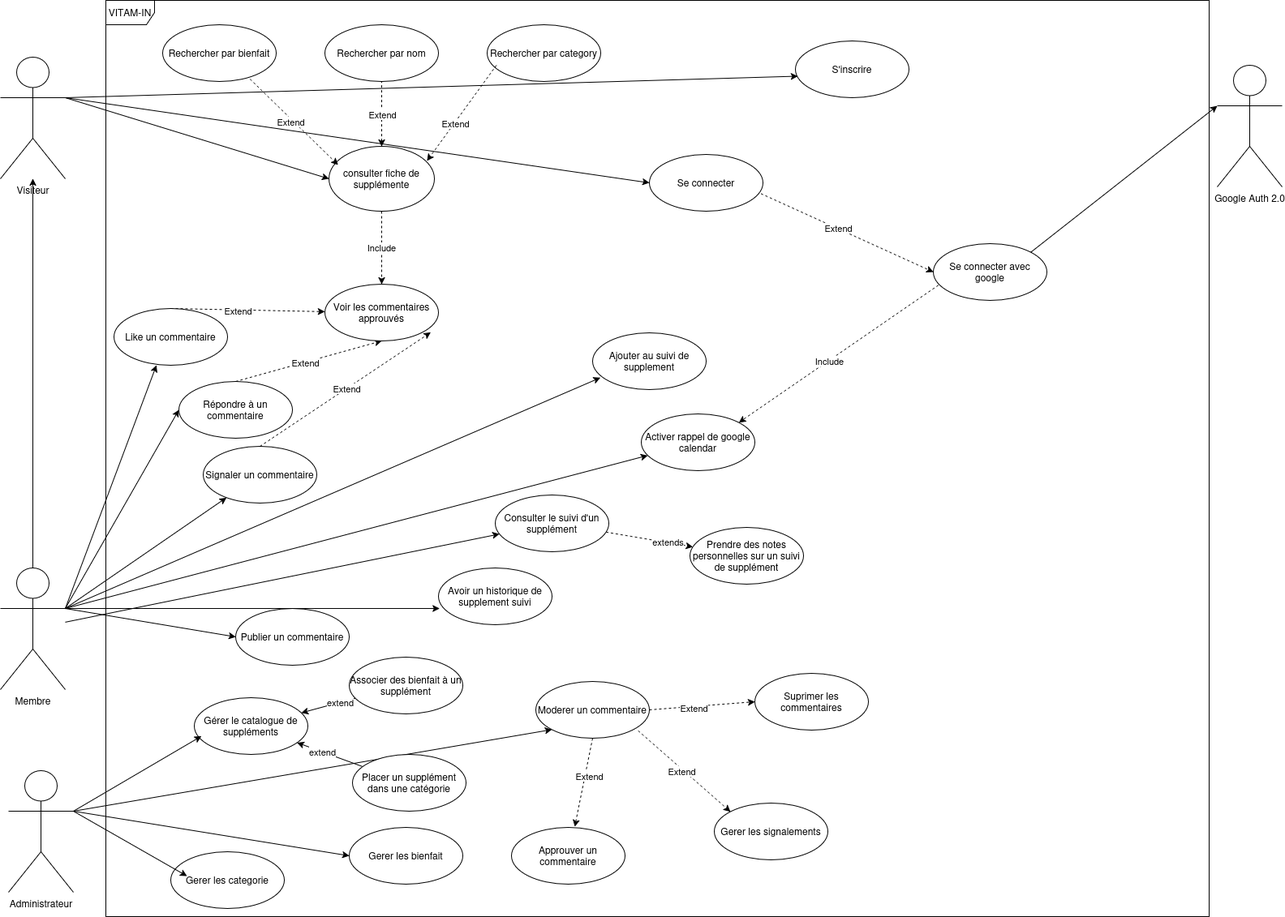
ArchilaRojas-Javier/project-final-cdpi keeps this draw.io diagram as dossier-projet/images/useCase.png. Above is the earlier version. Source tidied: cells renumbered, new cells last; positions are measured from the earlier drawing's top-left corner, leaving out a move shared by most shapes. Source of this version:
```xml
<mxGraphModel>
  <root>
    <mxCell id="0" />
    <mxCell id="1" parent="0" />
    <mxCell id="2" value="VITAM-IN" style="shape=umlFrame;whiteSpace=wrap;html=1;" parent="1" vertex="1">
      <mxGeometry x="130" width="1360" height="1130" as="geometry" />
    </mxCell>
    <mxCell id="3" style="edgeStyle=orthogonalEdgeStyle;rounded=0;jettySize=auto;html=1;" parent="1" edge="1" source="12" target="6">
      <mxGeometry relative="1" as="geometry" />
    </mxCell>
    <mxCell id="4" style="rounded=0;jettySize=auto;html=1;exitX=1;exitY=0.3333333333333333;exitDx=0;exitDy=0;exitPerimeter=0;entryX=0;entryY=0.5;entryDx=0;entryDy=0;" parent="1" edge="1" source="6" target="46">
      <mxGeometry relative="1" as="geometry" />
    </mxCell>
    <mxCell id="5" style="edgeStyle=none;rounded=0;jettySize=auto;html=1;exitX=1;exitY=0.3333333333333333;exitDx=0;exitDy=0;exitPerimeter=0;entryX=0;entryY=0.5;entryDx=0;entryDy=0;" parent="1" edge="1" source="6" target="54">
      <mxGeometry relative="1" as="geometry" />
    </mxCell>
    <mxCell id="6" value="Visiteur" style="shape=umlActor;verticalLabelPosition=bottom;verticalAlign=top;html=1;outlineConnect=0;" parent="1" vertex="1">
      <mxGeometry y="70" width="80" height="150" as="geometry" />
    </mxCell>
    <mxCell id="7" style="edgeStyle=none;rounded=0;jettySize=auto;html=1;exitX=1;exitY=0.3333333333333333;exitDx=0;exitDy=0;exitPerimeter=0;entryX=0;entryY=0.5;entryDx=0;entryDy=0;" parent="1" edge="1" source="12" target="39">
      <mxGeometry relative="1" as="geometry" />
    </mxCell>
    <mxCell id="8" style="edgeStyle=none;rounded=0;jettySize=auto;html=1;exitX=1;exitY=0.3333333333333333;exitDx=0;exitDy=0;exitPerimeter=0;" parent="1" edge="1" source="12" target="35">
      <mxGeometry relative="1" as="geometry" />
    </mxCell>
    <mxCell id="9" style="edgeStyle=none;rounded=0;jettySize=auto;html=1;exitX=1;exitY=0.3333333333333333;exitDx=0;exitDy=0;exitPerimeter=0;entryX=0;entryY=0.5;entryDx=0;entryDy=0;" parent="1" edge="1" source="12" target="34">
      <mxGeometry relative="1" as="geometry" />
    </mxCell>
    <mxCell id="10" style="edgeStyle=none;rounded=0;jettySize=auto;html=1;exitX=1;exitY=0.3333333333333333;exitDx=0;exitDy=0;exitPerimeter=0;" parent="1" edge="1" source="12" target="22">
      <mxGeometry relative="1" as="geometry" />
    </mxCell>
    <mxCell id="11" style="edgeStyle=none;rounded=0;jettySize=auto;html=1;" parent="1" edge="1" source="12" target="72">
      <mxGeometry relative="1" as="geometry" />
    </mxCell>
    <mxCell id="12" value="Membre" style="shape=umlActor;verticalLabelPosition=bottom;verticalAlign=top;html=1;outlineConnect=0;" parent="1" vertex="1">
      <mxGeometry y="700" width="80" height="150" as="geometry" />
    </mxCell>
    <mxCell id="13" style="edgeStyle=none;rounded=0;jettySize=auto;html=1;exitX=1;exitY=0.3333333333333333;exitDx=0;exitDy=0;exitPerimeter=0;entryX=0;entryY=0.5;entryDx=0;entryDy=0;" parent="1" edge="1" source="15" target="31">
      <mxGeometry relative="1" as="geometry" />
    </mxCell>
    <mxCell id="14" style="edgeStyle=none;rounded=0;jettySize=auto;html=1;exitX=1;exitY=0.3333333333333333;exitDx=0;exitDy=0;exitPerimeter=0;entryX=0;entryY=1;entryDx=0;entryDy=0;" parent="1" edge="1" source="15" target="30">
      <mxGeometry relative="1" as="geometry" />
    </mxCell>
    <mxCell id="15" value="Administrateur" style="shape=umlActor;verticalLabelPosition=bottom;verticalAlign=top;html=1;outlineConnect=0;" parent="1" vertex="1">
      <mxGeometry x="10" y="950" width="80" height="150" as="geometry" />
    </mxCell>
    <mxCell id="16" style="edgeStyle=none;rounded=0;jettySize=auto;html=1;exitX=0.045;exitY=0.732;exitDx=0;exitDy=0;exitPerimeter=0;entryX=1;entryY=0;entryDx=0;entryDy=0;dashed=1;" parent="1" edge="1" source="32" target="22">
      <mxGeometry relative="1" as="geometry" />
    </mxCell>
    <mxCell id="17" value="Include" style="edgeLabel;html=1;align=center;verticalAlign=middle;" parent="16" vertex="1">
      <mxGeometry x="0.1" relative="1" as="geometry" />
    </mxCell>
    <mxCell id="18" value="Google Auth 2.0" style="shape=umlActor;verticalLabelPosition=bottom;verticalAlign=top;html=1;outlineConnect=0;" parent="1" vertex="1">
      <mxGeometry x="1500" y="80" width="80" height="150" as="geometry" />
    </mxCell>
    <mxCell id="19" value="Suprimer les commentaires" style="ellipse;whiteSpace=wrap;html=1;" parent="1" vertex="1">
      <mxGeometry x="930" y="830" width="140" height="70" as="geometry" />
    </mxCell>
    <mxCell id="20" value="Gerer les signalements" style="ellipse;whiteSpace=wrap;html=1;" parent="1" vertex="1">
      <mxGeometry x="880" y="990" width="140" height="70" as="geometry" />
    </mxCell>
    <mxCell id="21" value="Avoir un historique de supplement suivi" style="ellipse;whiteSpace=wrap;html=1;" parent="1" vertex="1">
      <mxGeometry x="540" y="700" width="140" height="70" as="geometry" />
    </mxCell>
    <mxCell id="22" value="Activer rappel de google calendar" style="ellipse;whiteSpace=wrap;html=1;" parent="1" vertex="1">
      <mxGeometry x="790" y="510" width="140" height="70" as="geometry" />
    </mxCell>
    <mxCell id="23" value="Prendre des notes personnelles sur un suivi de supplément" style="ellipse;whiteSpace=wrap;html=1;" parent="1" vertex="1">
      <mxGeometry x="850" y="650" width="140" height="70" as="geometry" />
    </mxCell>
    <mxCell id="24" value="Gerer les categorie" style="ellipse;whiteSpace=wrap;html=1;" parent="1" vertex="1">
      <mxGeometry x="210" y="1050" width="140" height="70" as="geometry" />
    </mxCell>
    <mxCell id="25" value="Approuver un commentaire" style="ellipse;whiteSpace=wrap;html=1;" parent="1" vertex="1">
      <mxGeometry x="630" y="1020" width="140" height="70" as="geometry" />
    </mxCell>
    <mxCell id="26" style="edgeStyle=none;rounded=0;jettySize=auto;html=1;exitX=0.901;exitY=0.869;exitDx=0;exitDy=0;entryX=0;entryY=0;entryDx=0;entryDy=0;exitPerimeter=0;dashed=1;" parent="1" edge="1" source="30" target="20">
      <mxGeometry relative="1" as="geometry" />
    </mxCell>
    <mxCell id="27" value="Extend" style="edgeLabel;html=1;align=center;verticalAlign=middle;" parent="26" vertex="1">
      <mxGeometry x="-0.04" y="-2" relative="1" as="geometry" />
    </mxCell>
    <mxCell id="28" style="edgeStyle=none;rounded=0;jettySize=auto;html=1;exitX=1;exitY=0.5;exitDx=0;exitDy=0;entryX=0;entryY=0.5;entryDx=0;entryDy=0;dashed=1;" parent="1" edge="1" source="30" target="19">
      <mxGeometry relative="1" as="geometry" />
    </mxCell>
    <mxCell id="29" value="Extend" style="edgeLabel;html=1;align=center;verticalAlign=middle;" parent="28" vertex="1">
      <mxGeometry x="-0.17" y="-1" relative="1" as="geometry" />
    </mxCell>
    <mxCell id="30" value="Moderer un commentaire" style="ellipse;whiteSpace=wrap;html=1;" parent="1" vertex="1">
      <mxGeometry x="660" y="840" width="140" height="70" as="geometry" />
    </mxCell>
    <mxCell id="31" value="Gerer les bienfait" style="ellipse;whiteSpace=wrap;html=1;" parent="1" vertex="1">
      <mxGeometry x="430" y="1020" width="140" height="70" as="geometry" />
    </mxCell>
    <mxCell id="32" value="Se connecter avec google" style="ellipse;whiteSpace=wrap;html=1;" parent="1" vertex="1">
      <mxGeometry x="1150" y="300" width="140" height="70" as="geometry" />
    </mxCell>
    <mxCell id="33" value="Rechercher par bienfait" style="ellipse;whiteSpace=wrap;html=1;" parent="1" vertex="1">
      <mxGeometry x="200" y="30" width="140" height="70" as="geometry" />
    </mxCell>
    <mxCell id="34" value="Publier un commentaire" style="ellipse;whiteSpace=wrap;html=1;" parent="1" vertex="1">
      <mxGeometry x="290" y="750" width="140" height="70" as="geometry" />
    </mxCell>
    <mxCell id="35" value="Signaler un commentaire" style="ellipse;whiteSpace=wrap;html=1;" parent="1" vertex="1">
      <mxGeometry x="250" y="550" width="140" height="70" as="geometry" />
    </mxCell>
    <mxCell id="36" value="&lt;div&gt;Gérer le catalogue de suppléments&lt;/div&gt;" style="ellipse;whiteSpace=wrap;html=1;" parent="1" vertex="1">
      <mxGeometry x="239" y="860" width="140" height="70" as="geometry" />
    </mxCell>
    <mxCell id="37" style="edgeStyle=none;rounded=0;jettySize=auto;html=1;exitX=0.5;exitY=0;exitDx=0;exitDy=0;entryX=0.5;entryY=1;entryDx=0;entryDy=0;dashed=1;" parent="1" edge="1" source="39" target="40">
      <mxGeometry relative="1" as="geometry" />
    </mxCell>
    <mxCell id="38" value="Extend" style="edgeLabel;html=1;align=center;verticalAlign=middle;" parent="37" vertex="1">
      <mxGeometry x="-0.07" relative="1" as="geometry" />
    </mxCell>
    <mxCell id="39" value="Répondre à un commentaire" style="ellipse;whiteSpace=wrap;html=1;" parent="1" vertex="1">
      <mxGeometry x="220" y="470" width="140" height="70" as="geometry" />
    </mxCell>
    <mxCell id="40" value="Voir les commentaires approuvés" style="ellipse;whiteSpace=wrap;html=1;" parent="1" vertex="1">
      <mxGeometry x="400" y="350" width="140" height="70" as="geometry" />
    </mxCell>
    <mxCell id="41" value="Rechercher par category" style="ellipse;whiteSpace=wrap;html=1;" parent="1" vertex="1">
      <mxGeometry x="600" y="30" width="140" height="70" as="geometry" />
    </mxCell>
    <mxCell id="42" style="edgeStyle=none;rounded=0;jettySize=auto;html=1;dashed=1;startArrow=classic;startFill=1;endArrow=none;endFill=0;" parent="1" edge="1" source="46" target="50">
      <mxGeometry relative="1" as="geometry" />
    </mxCell>
    <mxCell id="43" value="Extend" style="edgeLabel;html=1;align=center;verticalAlign=middle;" parent="42" vertex="1">
      <mxGeometry x="-0.02" relative="1" as="geometry" />
    </mxCell>
    <mxCell id="44" style="edgeStyle=none;rounded=0;jettySize=auto;html=1;exitX=0.5;exitY=1;exitDx=0;exitDy=0;entryX=0.5;entryY=0;entryDx=0;entryDy=0;dashed=1;" parent="1" edge="1" source="46" target="40">
      <mxGeometry relative="1" as="geometry" />
    </mxCell>
    <mxCell id="45" value="Include" style="edgeLabel;html=1;align=center;verticalAlign=middle;" parent="44" vertex="1">
      <mxGeometry x="-0.01" y="-1" relative="1" as="geometry" />
    </mxCell>
    <mxCell id="46" value="&lt;div&gt;consulter fiche de supplémente&lt;/div&gt;" style="ellipse;whiteSpace=wrap;html=1;" parent="1" vertex="1">
      <mxGeometry x="405" y="180" width="130" height="80" as="geometry" />
    </mxCell>
    <mxCell id="47" style="edgeStyle=none;rounded=0;jettySize=auto;html=1;exitX=0.5;exitY=0;exitDx=0;exitDy=0;dashed=1;" parent="1" edge="1" source="49" target="40">
      <mxGeometry relative="1" as="geometry" />
    </mxCell>
    <mxCell id="48" value="Extend" style="edgeLabel;html=1;align=center;verticalAlign=middle;" parent="47" vertex="1">
      <mxGeometry x="-0.13" relative="1" as="geometry" />
    </mxCell>
    <mxCell id="49" value="Like un commentaire" style="ellipse;whiteSpace=wrap;html=1;" parent="1" vertex="1">
      <mxGeometry x="140" y="380" width="140" height="70" as="geometry" />
    </mxCell>
    <mxCell id="50" value="Rechercher par nom" style="ellipse;whiteSpace=wrap;html=1;" parent="1" vertex="1">
      <mxGeometry x="400" y="30" width="140" height="70" as="geometry" />
    </mxCell>
    <mxCell id="51" value="S'inscrire" style="ellipse;whiteSpace=wrap;html=1;" parent="1" vertex="1">
      <mxGeometry x="980" y="50" width="140" height="70" as="geometry" />
    </mxCell>
    <mxCell id="52" style="edgeStyle=none;rounded=0;jettySize=auto;html=1;exitX=0.982;exitY=0.691;exitDx=0;exitDy=0;entryX=0;entryY=0.5;entryDx=0;entryDy=0;dashed=1;exitPerimeter=0;" parent="1" edge="1" source="54" target="32">
      <mxGeometry relative="1" as="geometry" />
    </mxCell>
    <mxCell id="53" value="Extend" style="edgeLabel;html=1;align=center;verticalAlign=middle;" parent="52" vertex="1">
      <mxGeometry x="-0.11" relative="1" as="geometry">
        <mxPoint y="-1" as="offset" />
      </mxGeometry>
    </mxCell>
    <mxCell id="54" value="&lt;div&gt;Se connecter&lt;/div&gt;" style="ellipse;whiteSpace=wrap;html=1;" parent="1" vertex="1">
      <mxGeometry x="800" y="190" width="140" height="70" as="geometry" />
    </mxCell>
    <mxCell id="55" style="edgeStyle=none;rounded=0;jettySize=auto;html=1;exitX=0.769;exitY=0.958;exitDx=0;exitDy=0;entryX=0.086;entryY=0.285;entryDx=0;entryDy=0;entryPerimeter=0;exitPerimeter=0;dashed=1;startArrow=none;startFill=0;endArrow=classic;endFill=1;" parent="1" edge="1" source="33" target="46">
      <mxGeometry relative="1" as="geometry" />
    </mxCell>
    <mxCell id="56" value="Extend" style="edgeLabel;html=1;align=center;verticalAlign=middle;" parent="55" vertex="1">
      <mxGeometry x="-0.05" y="-3" relative="1" as="geometry" />
    </mxCell>
    <mxCell id="57" style="edgeStyle=none;rounded=0;jettySize=auto;html=1;exitX=0.082;exitY=0.713;exitDx=0;exitDy=0;entryX=0.929;entryY=0.225;entryDx=0;entryDy=0;entryPerimeter=0;dashed=1;startArrow=none;startFill=0;endArrow=classic;endFill=1;exitPerimeter=0;" parent="1" edge="1" source="41" target="46">
      <mxGeometry relative="1" as="geometry" />
    </mxCell>
    <mxCell id="58" value="Extend" style="edgeLabel;html=1;align=center;verticalAlign=middle;" parent="57" vertex="1">
      <mxGeometry x="0.2" relative="1" as="geometry" />
    </mxCell>
    <mxCell id="59" style="edgeStyle=none;rounded=0;jettySize=auto;html=1;exitX=1;exitY=0.3333333333333333;exitDx=0;exitDy=0;exitPerimeter=0;entryX=0.374;entryY=0.999;entryDx=0;entryDy=0;entryPerimeter=0;" parent="1" edge="1" source="12" target="49">
      <mxGeometry relative="1" as="geometry" />
    </mxCell>
    <mxCell id="60" style="edgeStyle=none;rounded=0;jettySize=auto;html=1;exitX=0.5;exitY=0;exitDx=0;exitDy=0;entryX=0.932;entryY=0.849;entryDx=0;entryDy=0;entryPerimeter=0;dashed=1;" parent="1" edge="1" source="35" target="40">
      <mxGeometry relative="1" as="geometry" />
    </mxCell>
    <mxCell id="61" value="Extend" style="edgeLabel;html=1;align=center;verticalAlign=middle;" parent="60" vertex="1">
      <mxGeometry x="0.01" y="1" relative="1" as="geometry" />
    </mxCell>
    <mxCell id="62" style="edgeStyle=none;rounded=0;jettySize=auto;html=1;exitX=1;exitY=0.3333333333333333;exitDx=0;exitDy=0;exitPerimeter=0;entryX=0.068;entryY=0.791;entryDx=0;entryDy=0;entryPerimeter=0;" parent="1" edge="1" source="12" target="64">
      <mxGeometry relative="1" as="geometry" />
    </mxCell>
    <mxCell id="63" style="edgeStyle=none;rounded=0;jettySize=auto;html=1;exitX=1;exitY=0.3333333333333333;exitDx=0;exitDy=0;exitPerimeter=0;entryX=0.009;entryY=0.714;entryDx=0;entryDy=0;entryPerimeter=0;" parent="1" edge="1" source="12" target="21">
      <mxGeometry relative="1" as="geometry" />
    </mxCell>
    <mxCell id="64" value="Ajouter au suivi de supplement" style="ellipse;whiteSpace=wrap;html=1;" parent="1" vertex="1">
      <mxGeometry x="730" y="410" width="140" height="70" as="geometry" />
    </mxCell>
    <mxCell id="65" style="edgeStyle=none;rounded=0;jettySize=auto;html=1;exitX=1;exitY=0;exitDx=0;exitDy=0;entryX=0;entryY=0.3333333333333333;entryDx=0;entryDy=0;entryPerimeter=0;" parent="1" edge="1" source="32" target="18">
      <mxGeometry relative="1" as="geometry" />
    </mxCell>
    <mxCell id="66" style="edgeStyle=none;rounded=0;jettySize=auto;html=1;exitX=1;exitY=0.3333333333333333;exitDx=0;exitDy=0;exitPerimeter=0;entryX=0.063;entryY=0.678;entryDx=0;entryDy=0;entryPerimeter=0;" parent="1" edge="1" source="15" target="36">
      <mxGeometry relative="1" as="geometry" />
    </mxCell>
    <mxCell id="67" style="edgeStyle=none;rounded=0;jettySize=auto;html=1;exitX=1;exitY=0.3333333333333333;exitDx=0;exitDy=0;exitPerimeter=0;entryX=0.143;entryY=0.429;entryDx=0;entryDy=0;entryPerimeter=0;" parent="1" edge="1" source="15" target="24">
      <mxGeometry relative="1" as="geometry" />
    </mxCell>
    <mxCell id="68" style="edgeStyle=none;rounded=0;jettySize=auto;html=1;exitX=0.5;exitY=1;exitDx=0;exitDy=0;entryX=0.557;entryY=-0.013;entryDx=0;entryDy=0;entryPerimeter=0;dashed=1;" parent="1" edge="1" source="30" target="25">
      <mxGeometry relative="1" as="geometry" />
    </mxCell>
    <mxCell id="69" value="Extend" style="edgeLabel;html=1;align=center;verticalAlign=middle;" parent="68" vertex="1">
      <mxGeometry x="-0.18" y="4" relative="1" as="geometry" />
    </mxCell>
    <mxCell id="70" style="edgeStyle=none;rounded=0;jettySize=auto;html=1;dashed=1;" parent="1" edge="1" source="72" target="23">
      <mxGeometry relative="1" as="geometry" />
    </mxCell>
    <mxCell id="71" value="extends" style="edgeLabel;html=1;align=center;verticalAlign=middle;" parent="70" vertex="1">
      <mxGeometry x="0.39" y="2" relative="1" as="geometry" />
    </mxCell>
    <mxCell id="72" value="Consulter le suivi d'un supplément" style="ellipse;whiteSpace=wrap;html=1;" parent="1" vertex="1">
      <mxGeometry x="610" y="610" width="140" height="70" as="geometry" />
    </mxCell>
    <mxCell id="73" style="edgeStyle=none;rounded=0;jettySize=auto;html=1;" parent="1" edge="1" source="75" target="36">
      <mxGeometry relative="1" as="geometry" />
    </mxCell>
    <mxCell id="74" value="extend" style="edgeLabel;html=1;align=center;verticalAlign=middle;" parent="73" vertex="1">
      <mxGeometry x="-0.41" y="-1" relative="1" as="geometry" />
    </mxCell>
    <mxCell id="75" value="Associer des bienfait à un supplément" style="ellipse;whiteSpace=wrap;html=1;" parent="1" vertex="1">
      <mxGeometry x="430" y="810" width="140" height="70" as="geometry" />
    </mxCell>
    <mxCell id="76" style="edgeStyle=none;rounded=0;jettySize=auto;html=1;" parent="1" edge="1" source="78" target="36">
      <mxGeometry relative="1" as="geometry" />
    </mxCell>
    <mxCell id="77" value="extend" style="edgeLabel;html=1;align=center;verticalAlign=middle;" parent="76" vertex="1">
      <mxGeometry x="0.27" y="-1" relative="1" as="geometry" />
    </mxCell>
    <mxCell id="78" value="Placer un supplément dans une catégorie" style="ellipse;whiteSpace=wrap;html=1;" parent="1" vertex="1">
      <mxGeometry x="434" y="930" width="140" height="70" as="geometry" />
    </mxCell>
    <mxCell id="79" style="edgeStyle=none;rounded=0;jettySize=auto;html=1;exitX=1;exitY=0.3333333333333333;exitDx=0;exitDy=0;exitPerimeter=0;entryX=0.021;entryY=0.621;entryDx=0;entryDy=0;entryPerimeter=0;" parent="1" edge="1" source="6" target="51">
      <mxGeometry relative="1" as="geometry" />
    </mxCell>
  </root>
</mxGraphModel>
```
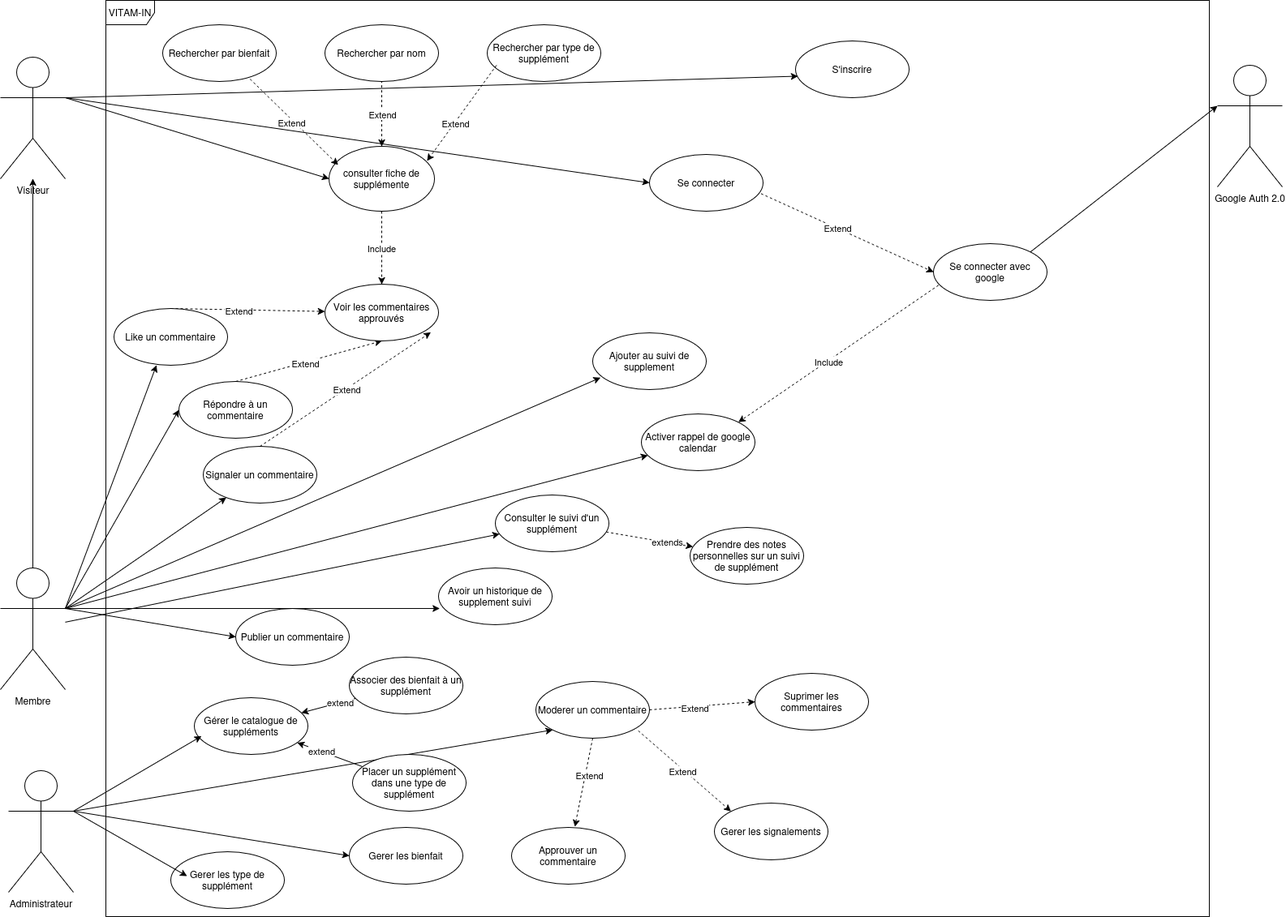
After the commit.

Commit message:
change 'category' for 'supplementtype'

Diff of the diagram source:
```diff
@@ -68,7 +68,7 @@
     <mxCell id="23" value="Prendre des notes personnelles sur un suivi de supplément" style="ellipse;whiteSpace=wrap;html=1;" parent="1" vertex="1">
       <mxGeometry x="850" y="650" width="140" height="70" as="geometry" />
     </mxCell>
-    <mxCell id="24" value="Gerer les categorie" style="ellipse;whiteSpace=wrap;html=1;" parent="1" vertex="1">
+    <mxCell id="24" value="Gerer les type de supplément" style="ellipse;whiteSpace=wrap;html=1;" parent="1" vertex="1">
       <mxGeometry x="210" y="1050" width="140" height="70" as="geometry" />
     </mxCell>
     <mxCell id="25" value="Approuver un commentaire" style="ellipse;whiteSpace=wrap;html=1;" parent="1" vertex="1">
@@ -119,7 +119,7 @@
     <mxCell id="40" value="Voir les commentaires approuvés" style="ellipse;whiteSpace=wrap;html=1;" parent="1" vertex="1">
       <mxGeometry x="400" y="350" width="140" height="70" as="geometry" />
     </mxCell>
-    <mxCell id="41" value="Rechercher par category" style="ellipse;whiteSpace=wrap;html=1;" parent="1" vertex="1">
+    <mxCell id="41" value="Rechercher par type de supplément" style="ellipse;whiteSpace=wrap;html=1;" parent="1" vertex="1">
       <mxGeometry x="600" y="30" width="140" height="70" as="geometry" />
     </mxCell>
     <mxCell id="42" style="edgeStyle=none;rounded=0;jettySize=auto;html=1;dashed=1;startArrow=classic;startFill=1;endArrow=none;endFill=0;" parent="1" edge="1" source="46" target="50">
@@ -232,7 +232,7 @@
     <mxCell id="77" value="extend" style="edgeLabel;html=1;align=center;verticalAlign=middle;" parent="76" vertex="1">
       <mxGeometry x="0.27" y="-1" relative="1" as="geometry" />
     </mxCell>
-    <mxCell id="78" value="Placer un supplément dans une catégorie" style="ellipse;whiteSpace=wrap;html=1;" parent="1" vertex="1">
+    <mxCell id="78" value="Placer un supplément dans une type de supplément" style="ellipse;whiteSpace=wrap;html=1;" parent="1" vertex="1">
       <mxGeometry x="434" y="930" width="140" height="70" as="geometry" />
     </mxCell>
     <mxCell id="79" style="edgeStyle=none;rounded=0;jettySize=auto;html=1;exitX=1;exitY=0.3333333333333333;exitDx=0;exitDy=0;exitPerimeter=0;entryX=0.021;entryY=0.621;entryDx=0;entryDy=0;entryPerimeter=0;" parent="1" edge="1" source="6" target="51">
```
